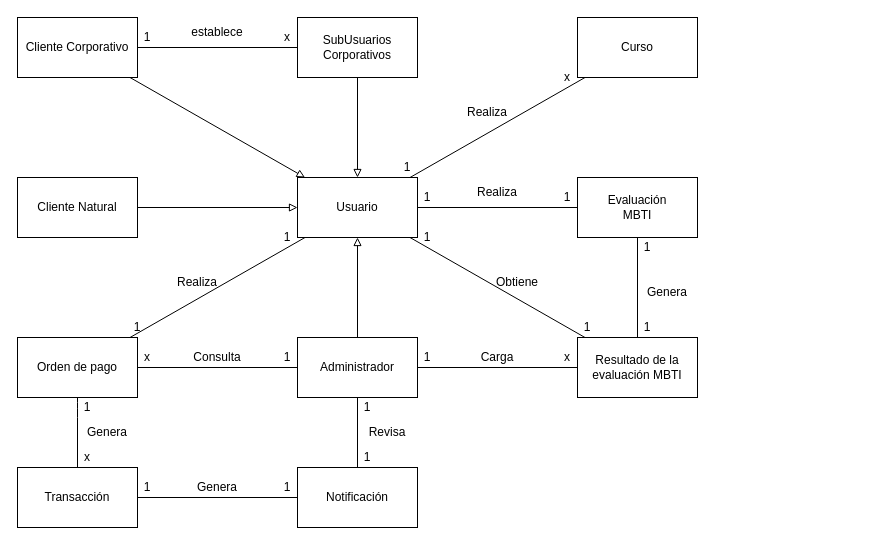
This is page "ObjetoDominio" (2 of 3) of documentation/diagrams.drawio from correakarl/TheTypeFactor, a draw.io file, before an edit. Source tidied: cells renumbered, new cells numbered last; positions are measured from the earlier drawing's top-left corner, leaving out a move shared by most shapes. Both pictures are drawn from the tidied source at 100%, with x=0, y=0 at pixel (17, 17).
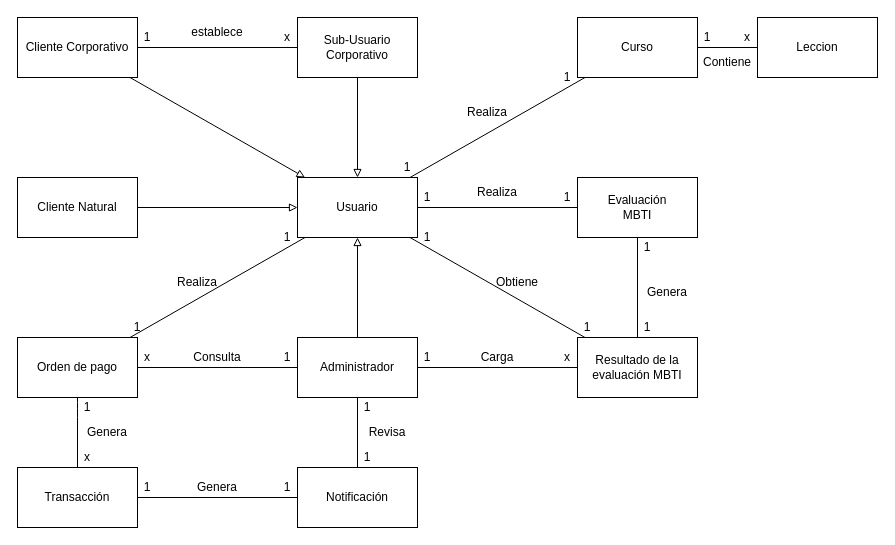
After the change.

Unchanged cells that the change refers to:
```xml
<mxCell id="53" value="Curso" style="rounded=0;whiteSpace=wrap;html=1;" parent="1" vertex="1">
  <mxGeometry x="560" width="120" height="60" as="geometry" />
</mxCell>
```

The edit, as a diff of the source:
```diff
@@
-    <mxCell id="21" value="SubUsuarios&lt;br&gt;Corporativos" style="rounded=0;whiteSpace=wrap;html=1;" parent="1" vertex="1">
+    <mxCell id="21" value="Sub-Usuario&lt;br&gt;Corporativo" style="rounded=0;whiteSpace=wrap;html=1;" parent="1" vertex="1">
       <mxGeometry x="280" width="120" height="60" as="geometry" />
     </mxCell>
@@
-    <mxCell id="55" value="x" style="text;html=1;strokeColor=none;fillColor=none;align=center;verticalAlign=middle;whiteSpace=wrap;rounded=0;" parent="1" vertex="1">
+    <mxCell id="55" value="1" style="text;html=1;strokeColor=none;fillColor=none;align=center;verticalAlign=middle;whiteSpace=wrap;rounded=0;" parent="1" vertex="1">
       <mxGeometry x="540" y="50" width="20" height="20" as="geometry" />
     </mxCell>
@@
+    <mxCell id="61" value="Leccion" style="rounded=0;whiteSpace=wrap;html=1;" parent="1" vertex="1">
+      <mxGeometry x="740" width="120" height="60" as="geometry" />
+    </mxCell>
+    <mxCell id="62" style="edgeStyle=none;html=1;startArrow=none;startFill=0;endArrow=none;endFill=0;sourcePerimeterSpacing=0;" parent="1" edge="1" source="53" target="61">
+      <mxGeometry relative="1" as="geometry" />
+    </mxCell>
+    <mxCell id="63" value="1" style="text;html=1;strokeColor=none;fillColor=none;align=center;verticalAlign=middle;whiteSpace=wrap;rounded=0;" parent="1" vertex="1">
+      <mxGeometry x="680" y="10" width="20" height="20" as="geometry" />
+    </mxCell>
+    <mxCell id="64" value="x" style="text;html=1;strokeColor=none;fillColor=none;align=center;verticalAlign=middle;whiteSpace=wrap;rounded=0;" parent="1" vertex="1">
+      <mxGeometry x="720" y="10" width="20" height="20" as="geometry" />
+    </mxCell>
+    <mxCell id="65" value="Contiene" style="text;html=1;strokeColor=none;fillColor=none;align=center;verticalAlign=middle;whiteSpace=wrap;rounded=0;" parent="1" vertex="1">
+      <mxGeometry x="680" y="30" width="60" height="30" as="geometry" />
+    </mxCell>
```
